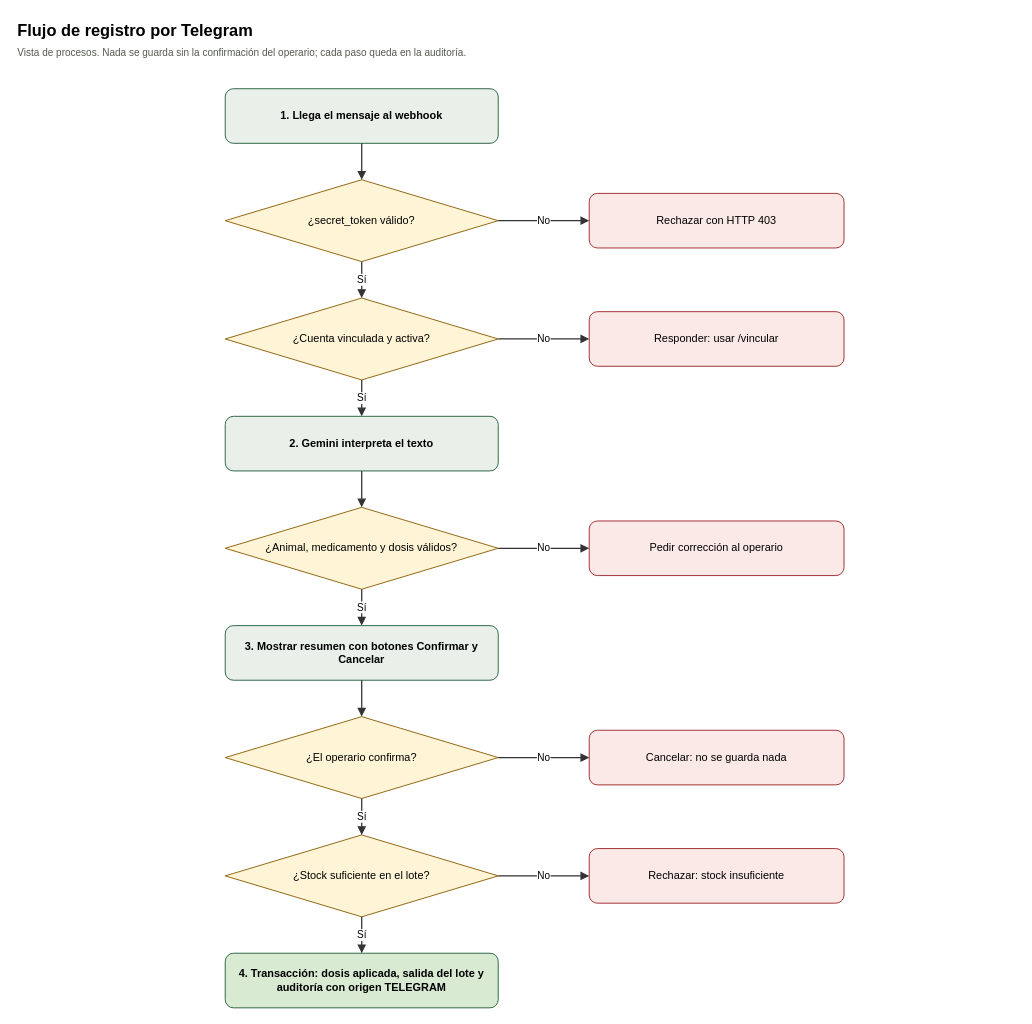
Earlier version of the draw.io diagram docs/diagramas/flujo_bot.drawio (catitaconflow/moncopullis). Source tidied: cells renumbered, new cells numbered last; positions are measured from the earlier drawing's top-left corner, leaving out a move shared by most shapes. Both pictures are drawn from the tidied source at 91%, with x=0, y=0 at pixel (15, 15).
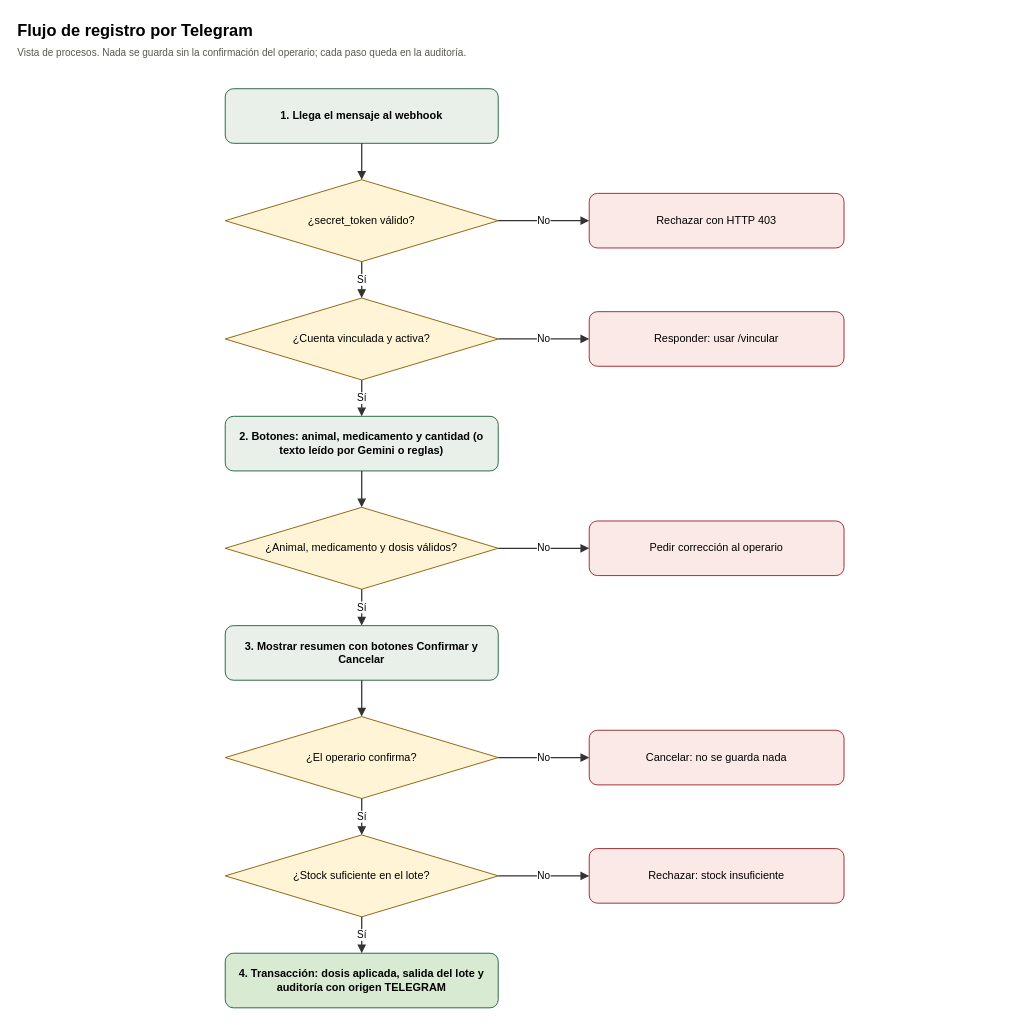
Above is the later version.

Commit message (it also covers changes not shown here):
docs: flujo del bot con registro por botones

Change to the diagram source:
```diff
@@
-    <mxCell id="13" value="2. Gemini interpreta el texto" style="rounded=0;whiteSpace=wrap;html=1;fontSize=12;strokeColor=#333333;fillColor=#FFFFFF;align=center;fontFamily=Helvetica;rounded=1;fillColor=#E8F0E9;strokeColor=#1F5C3A;fontStyle=1;" parent="1" vertex="1">
+    <mxCell id="13" value="2. Botones: animal, medicamento y cantidad (o texto leído por Gemini o reglas)" style="rounded=0;whiteSpace=wrap;html=1;fontSize=12;strokeColor=#333333;fillColor=#FFFFFF;align=center;fontFamily=Helvetica;rounded=1;fillColor=#E8F0E9;strokeColor=#1F5C3A;fontStyle=1;" parent="1" vertex="1">
       <mxGeometry x="230" y="440" width="300" height="60" as="geometry" />
     </mxCell>
```
